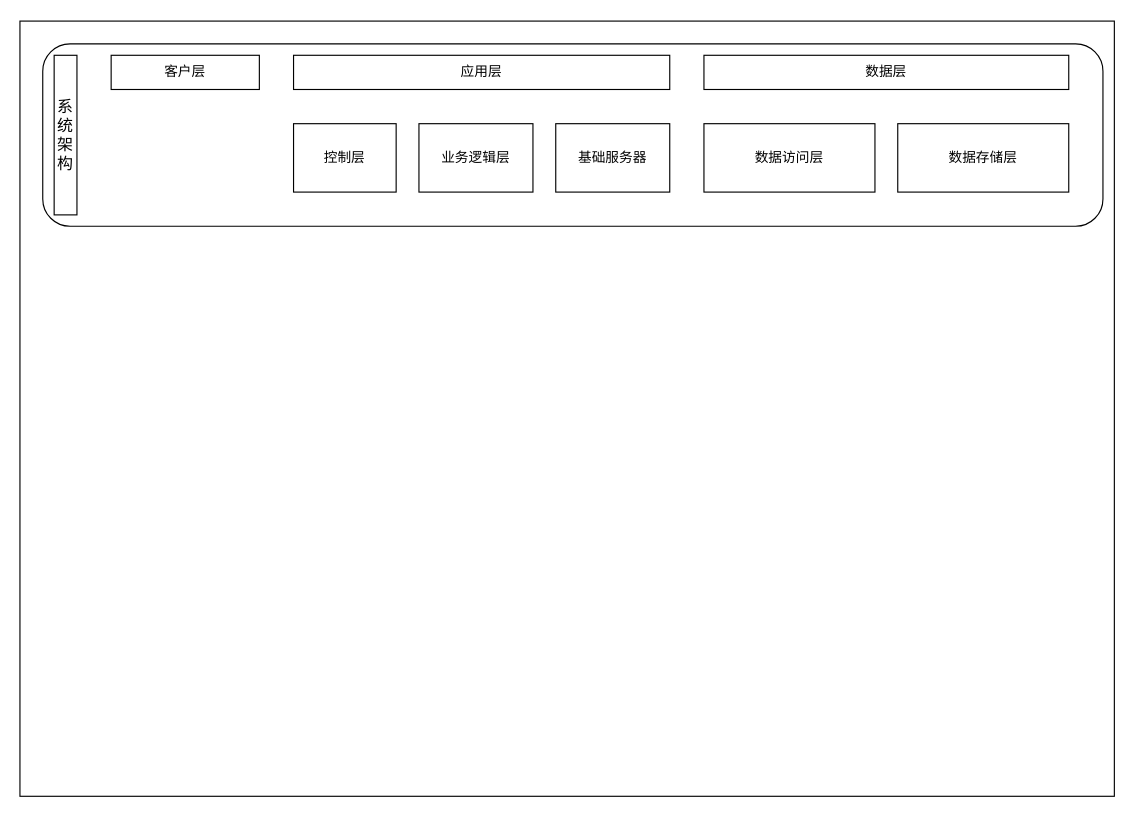
QianZhiQiangGit/test keeps this draw.io diagram as Untitled Diagram.drawio. Above is the earlier version. Source tidied: cells renumbered, new cells numbered last; positions are measured from the earlier drawing's top-left corner, leaving out a move shared by most shapes. Both pictures are drawn from the tidied source at 114%, with x=0, y=0 at pixel (19, 21).
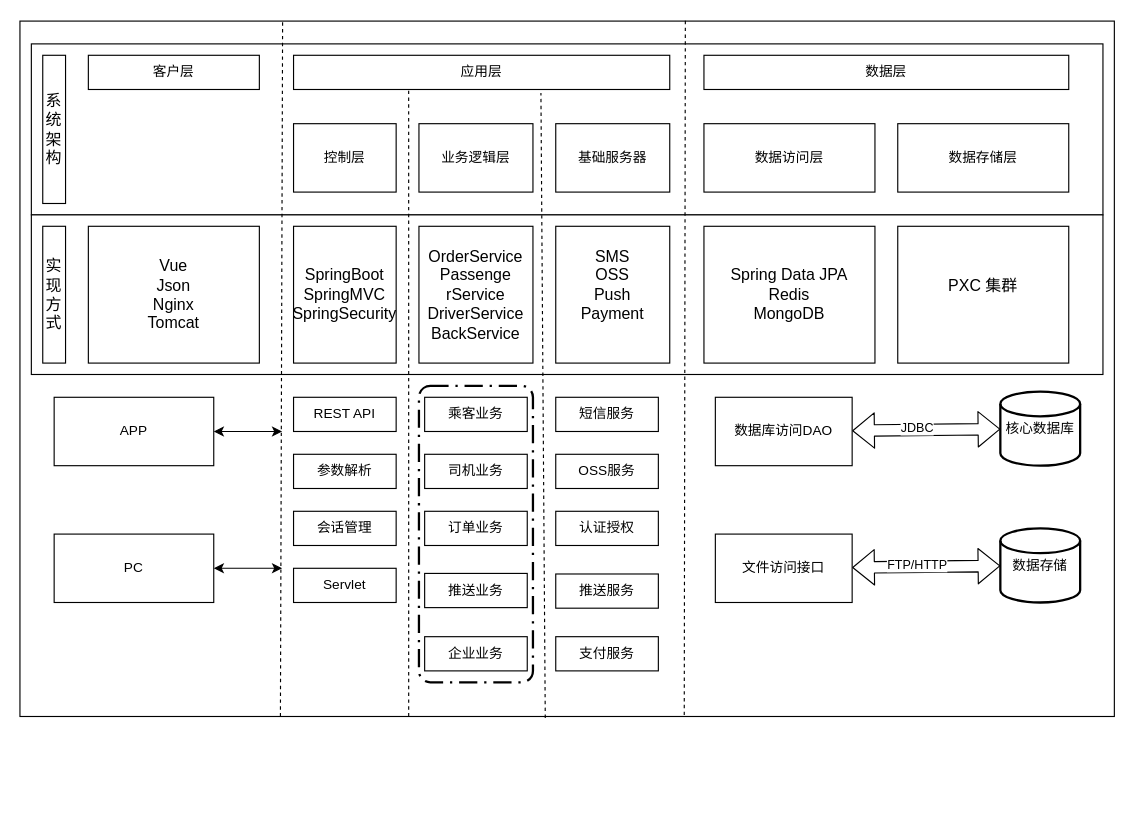
The same page after the edit.

Commit message:
海南优驾网络扩展图.drawio

The change refers to these unchanged cells:
```xml
<mxCell id="6" value="应用层" style="rounded=0;whiteSpace=wrap;html=1;" parent="1" vertex="1">
  <mxGeometry x="240" y="30" width="330" height="30" as="geometry" />
</mxCell>
```

Change to the diagram source:
```diff
@@
     <mxCell id="2" style="rounded=0;whiteSpace=wrap;html=1;" parent="1" vertex="1">
-      <mxGeometry width="960" height="680" as="geometry" />
+      <mxGeometry width="960" height="610" as="geometry" />
     </mxCell>
-    <mxCell id="3" style="rounded=1;whiteSpace=wrap;html=1;" parent="1" vertex="1">
-      <mxGeometry x="20" y="20" width="930" height="160" as="geometry" />
-    </mxCell>
+    <mxCell id="13" style="rounded=0;whiteSpace=wrap;html=1;" parent="1" vertex="1">
+      <mxGeometry x="10" y="20" width="940" height="150" as="geometry" />
+    </mxCell>
+    <mxCell id="14" style="rounded=0;whiteSpace=wrap;html=1;" parent="1" vertex="1">
+      <mxGeometry x="10" y="170" width="940" height="140" as="geometry" />
+    </mxCell>
     <mxCell id="4" value="&lt;font style=&quot;font-size: 14px&quot;&gt;系统架构&lt;/font&gt;" style="rounded=0;whiteSpace=wrap;html=1;" parent="1" vertex="1">
-      <mxGeometry x="30" y="30" width="20" height="140" as="geometry" />
+      <mxGeometry x="20" y="30" width="20" height="130" as="geometry" />
     </mxCell>
     <mxCell id="5" value="客户层" style="rounded=0;whiteSpace=wrap;html=1;" parent="1" vertex="1">
-      <mxGeometry x="80" y="30" width="130" height="30" as="geometry" />
+      <mxGeometry x="60" y="30" width="150" height="30" as="geometry" />
     </mxCell>
@@
+    <mxCell id="15" value="PC" style="rounded=0;whiteSpace=wrap;html=1;" parent="1" vertex="1">
+      <mxGeometry x="30" y="450" width="140" height="60" as="geometry" />
+    </mxCell>
+    <mxCell id="16" style="endArrow=none;dashed=1;html=1;exitX=0.238;exitY=1;exitDx=0;exitDy=0;entryX=0.24;entryY=0;entryDx=0;entryDy=0;entryPerimeter=0;exitPerimeter=0;" parent="1" edge="1" source="2" target="2">
+      <mxGeometry relative="1" as="geometry" />
+    </mxCell>
+    <mxCell id="17" style="endArrow=none;dashed=1;html=1;entryX=0.608;entryY=-0.001;entryDx=0;entryDy=0;entryPerimeter=0;exitX=0.607;exitY=0.998;exitDx=0;exitDy=0;exitPerimeter=0;" parent="1" edge="1" source="2" target="2">
+      <mxGeometry relative="1" as="geometry" />
+    </mxCell>
+    <mxCell id="18" style="endArrow=none;dashed=1;html=1;entryX=0.306;entryY=1;entryDx=0;entryDy=0;entryPerimeter=0;" parent="1" edge="1" target="6">
+      <mxGeometry relative="1" as="geometry">
+        <mxPoint x="341" y="610" as="sourcePoint" />
+      </mxGeometry>
+    </mxCell>
+    <mxCell id="19" style="endArrow=none;dashed=1;html=1;exitX=0.48;exitY=1.002;exitDx=0;exitDy=0;exitPerimeter=0;" parent="1" edge="1" source="2">
+      <mxGeometry relative="1" as="geometry">
+        <mxPoint x="457" y="63" as="targetPoint" />
+      </mxGeometry>
+    </mxCell>
+    <mxCell id="20" value="REST API" style="rounded=0;whiteSpace=wrap;html=1;" parent="1" vertex="1">
+      <mxGeometry x="240" y="330" width="90" height="30" as="geometry" />
+    </mxCell>
+    <mxCell id="21" value="参数解析" style="rounded=0;whiteSpace=wrap;html=1;" parent="1" vertex="1">
+      <mxGeometry x="240" y="380" width="90" height="30" as="geometry" />
+    </mxCell>
+    <mxCell id="22" value="会话管理" style="rounded=0;whiteSpace=wrap;html=1;" parent="1" vertex="1">
+      <mxGeometry x="240" y="430" width="90" height="30" as="geometry" />
+    </mxCell>
+    <mxCell id="23" value="Servlet" style="rounded=0;whiteSpace=wrap;html=1;" parent="1" vertex="1">
+      <mxGeometry x="240" y="480" width="90" height="30" as="geometry" />
+    </mxCell>
+    <mxCell id="24" style="rounded=1;arcSize=10;dashed=1;strokeColor=#000000;fillColor=none;gradientColor=none;dashPattern=8 3 1 3;strokeWidth=2;" parent="1" vertex="1">
+      <mxGeometry x="350" y="320" width="100" height="260" as="geometry" />
+    </mxCell>
+    <mxCell id="25" value="乘客业务" style="rounded=0;whiteSpace=wrap;html=1;" parent="1" vertex="1">
+      <mxGeometry x="355" y="330" width="90" height="30" as="geometry" />
+    </mxCell>
+    <mxCell id="26" value="司机业务" style="rounded=0;whiteSpace=wrap;html=1;" parent="1" vertex="1">
+      <mxGeometry x="355" y="380" width="90" height="30" as="geometry" />
+    </mxCell>
+    <mxCell id="27" value="订单业务" style="rounded=0;whiteSpace=wrap;html=1;" parent="1" vertex="1">
+      <mxGeometry x="355" y="430" width="90" height="30" as="geometry" />
+    </mxCell>
+    <mxCell id="28" value="推送业务" style="rounded=0;whiteSpace=wrap;html=1;" parent="1" vertex="1">
+      <mxGeometry x="355" y="484.5" width="90" height="30" as="geometry" />
+    </mxCell>
+    <mxCell id="29" value="企业业务" style="rounded=0;whiteSpace=wrap;html=1;" parent="1" vertex="1">
+      <mxGeometry x="355" y="540" width="90" height="30" as="geometry" />
+    </mxCell>
+    <mxCell id="30" value="短信服务" style="rounded=0;whiteSpace=wrap;html=1;" parent="1" vertex="1">
+      <mxGeometry x="470" y="330" width="90" height="30" as="geometry" />
+    </mxCell>
+    <mxCell id="31" value="OSS服务" style="rounded=0;whiteSpace=wrap;html=1;" parent="1" vertex="1">
+      <mxGeometry x="470" y="380" width="90" height="30" as="geometry" />
+    </mxCell>
+    <mxCell id="32" value="认证授权" style="rounded=0;whiteSpace=wrap;html=1;" parent="1" vertex="1">
+      <mxGeometry x="470" y="430" width="90" height="30" as="geometry" />
+    </mxCell>
+    <mxCell id="33" value="推送服务" style="rounded=0;whiteSpace=wrap;html=1;" parent="1" vertex="1">
+      <mxGeometry x="470" y="485" width="90" height="30" as="geometry" />
+    </mxCell>
+    <mxCell id="34" value="支付服务" style="rounded=0;whiteSpace=wrap;html=1;" parent="1" vertex="1">
+      <mxGeometry x="470" y="540" width="90" height="30" as="geometry" />
+    </mxCell>
+    <mxCell id="35" value="APP" style="rounded=0;whiteSpace=wrap;html=1;" parent="1" vertex="1">
+      <mxGeometry x="30" y="330" width="140" height="60" as="geometry" />
+    </mxCell>
+    <mxCell id="36" value="核心数据库" style="strokeWidth=2;html=1;shape=mxgraph.flowchart.database;whiteSpace=wrap;" parent="1" vertex="1">
+      <mxGeometry x="860" y="325" width="70" height="65" as="geometry" />
+    </mxCell>
+    <mxCell id="37" style="shape=flexArrow;endArrow=classic;startArrow=classic;html=1;" parent="1" edge="1" source="39" target="36">
+      <mxGeometry relative="1" as="geometry" />
+    </mxCell>
+    <mxCell id="38" value="JDBC" style="edgeLabel;html=1;align=center;verticalAlign=middle;" parent="37" vertex="1">
+      <mxGeometry x="-0.12" y="2" relative="1" as="geometry" />
+    </mxCell>
+    <mxCell id="39" value="数据库访问DAO" style="rounded=0;whiteSpace=wrap;html=1;" parent="1" vertex="1">
+      <mxGeometry x="610" y="330" width="120" height="60" as="geometry" />
+    </mxCell>
+    <mxCell id="40" value="数据存储" style="strokeWidth=2;html=1;shape=mxgraph.flowchart.database;whiteSpace=wrap;" parent="1" vertex="1">
+      <mxGeometry x="860" y="445" width="70" height="65" as="geometry" />
+    </mxCell>
+    <mxCell id="41" style="shape=flexArrow;endArrow=classic;startArrow=classic;html=1;" parent="1" edge="1" source="43" target="40">
+      <mxGeometry relative="1" as="geometry" />
+    </mxCell>
+    <mxCell id="42" value="FTP/HTTP" style="edgeLabel;html=1;align=center;verticalAlign=middle;" parent="41" vertex="1">
+      <mxGeometry x="-0.12" y="2" relative="1" as="geometry" />
+    </mxCell>
+    <mxCell id="43" value="文件访问接口" style="rounded=0;whiteSpace=wrap;html=1;" parent="1" vertex="1">
+      <mxGeometry x="610" y="450" width="120" height="60" as="geometry" />
+    </mxCell>
+    <mxCell id="44" value="&lt;span style=&quot;font-size: 14px&quot;&gt;实现方式&lt;/span&gt;" style="rounded=0;whiteSpace=wrap;html=1;" parent="1" vertex="1">
+      <mxGeometry x="20" y="180" width="20" height="120" as="geometry" />
+    </mxCell>
+    <mxCell id="45" value="&lt;font style=&quot;font-size: 14px&quot;&gt;Vue&lt;br&gt;Json&lt;br&gt;Nginx&lt;br&gt;Tomcat&lt;/font&gt;" style="rounded=0;whiteSpace=wrap;html=1;" parent="1" vertex="1">
+      <mxGeometry x="60" y="180" width="150" height="120" as="geometry" />
+    </mxCell>
+    <mxCell id="46" value="&lt;span style=&quot;font-size: 14px&quot;&gt;SpringBoot&lt;br&gt;SpringMVC&lt;br&gt;SpringSecurity&lt;br&gt;&lt;/span&gt;" style="rounded=0;whiteSpace=wrap;html=1;" parent="1" vertex="1">
+      <mxGeometry x="240" y="180" width="90" height="120" as="geometry" />
+    </mxCell>
+    <mxCell id="47" value="&lt;span style=&quot;font-size: 14px&quot;&gt;OrderService&lt;br&gt;Passenge&lt;/span&gt;&lt;span style=&quot;font-size: 14px&quot;&gt;&lt;br&gt;rService&lt;br&gt;DriverService&lt;br&gt;BackService&lt;br&gt;&lt;/span&gt;" style="rounded=0;whiteSpace=wrap;html=1;" parent="1" vertex="1">
+      <mxGeometry x="350" y="180" width="100" height="120" as="geometry" />
+    </mxCell>
+    <mxCell id="48" value="&lt;span style=&quot;font-size: 14px&quot;&gt;SMS&lt;br&gt;OSS&lt;br&gt;Push&lt;br&gt;Payment&lt;br&gt;&lt;br&gt;&lt;/span&gt;" style="rounded=0;whiteSpace=wrap;html=1;" parent="1" vertex="1">
+      <mxGeometry x="470" y="180" width="100" height="120" as="geometry" />
+    </mxCell>
+    <mxCell id="49" style="endArrow=classic;startArrow=classic;html=1;exitX=1;exitY=0.5;exitDx=0;exitDy=0;" parent="1" edge="1" source="35">
+      <mxGeometry relative="1" as="geometry">
+        <mxPoint x="230" y="360" as="targetPoint" />
+      </mxGeometry>
+    </mxCell>
+    <mxCell id="50" style="endArrow=classic;startArrow=classic;html=1;exitX=1;exitY=0.5;exitDx=0;exitDy=0;" parent="1" edge="1">
+      <mxGeometry relative="1" as="geometry">
+        <mxPoint x="170" y="480" as="sourcePoint" />
+        <mxPoint x="230" y="480" as="targetPoint" />
+      </mxGeometry>
+    </mxCell>
+    <mxCell id="51" value="&lt;span style=&quot;font-size: 14px&quot;&gt;Spring Data JPA&lt;br&gt;Redis&lt;br&gt;MongoDB&lt;br&gt;&lt;/span&gt;" style="rounded=0;whiteSpace=wrap;html=1;" parent="1" vertex="1">
+      <mxGeometry x="600" y="180" width="150" height="120" as="geometry" />
+    </mxCell>
+    <mxCell id="52" value="&lt;span style=&quot;font-size: 14px&quot;&gt;PXC 集群&lt;br&gt;&lt;br&gt;&lt;/span&gt;" style="rounded=0;whiteSpace=wrap;html=1;" parent="1" vertex="1">
+      <mxGeometry x="770" y="180" width="150" height="120" as="geometry" />
+    </mxCell>
```
